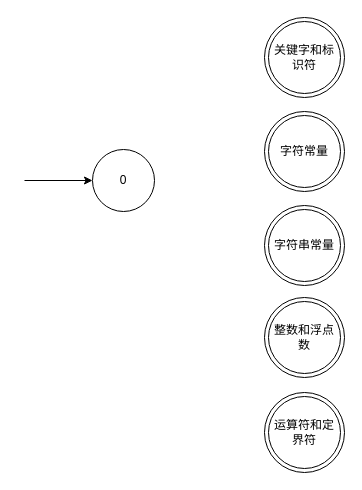
Before: 词法分析自动机总体.drawio in ZYNsama666/BackUp, a draw.io diagram. Source tidied: cells renumbered, new cells numbered last; positions are measured from the earlier drawing's top-left corner, leaving out a move shared by most shapes. Both pictures are drawn from the tidied source at 100%, with x=0, y=0 at pixel (24, 17).
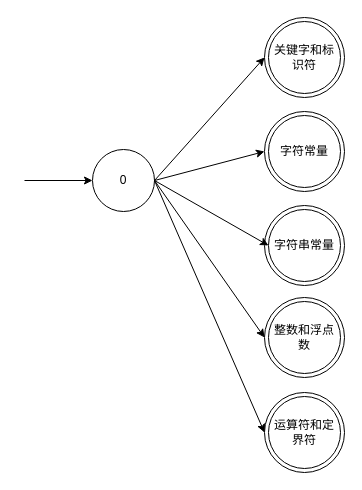
After the change.

Commit message (it also covers changes not shown here):
更新词法分析自动机总体.drawio

Change to the diagram source:
```diff
@@
 <mxGraphModel>
   <root>
     <mxCell id="0" />
     <mxCell id="1" parent="0" />
     <mxCell id="2" style="ellipse;whiteSpace=wrap;html=1;" parent="1" vertex="1">
       <mxGeometry x="240" y="188" width="80" height="80" as="geometry" />
     </mxCell>
     <mxCell id="3" style="ellipse;whiteSpace=wrap;html=1;" parent="1" vertex="1">
       <mxGeometry x="240" y="94" width="80" height="80" as="geometry" />
     </mxCell>
     <mxCell id="4" style="ellipse;whiteSpace=wrap;html=1;" parent="1" vertex="1">
       <mxGeometry x="240" width="80" height="80" as="geometry" />
     </mxCell>
     <mxCell id="5" value="0" style="ellipse;whiteSpace=wrap;html=1;" parent="1" vertex="1">
       <mxGeometry x="68" y="132" width="62" height="62" as="geometry" />
     </mxCell>
     <mxCell id="6" style="endArrow=classic;html=1;rounded=0;" parent="1" edge="1">
       <mxGeometry relative="1" as="geometry">
         <mxPoint y="163" as="sourcePoint" />
         <mxPoint x="68" y="163" as="targetPoint" />
       </mxGeometry>
     </mxCell>
     <mxCell id="7" value="关键字和标识符" style="ellipse;whiteSpace=wrap;html=1;" parent="1" vertex="1">
       <mxGeometry x="244" y="4" width="72" height="72" as="geometry" />
     </mxCell>
     <mxCell id="8" value="字符常量" style="ellipse;whiteSpace=wrap;html=1;" parent="1" vertex="1">
       <mxGeometry x="244" y="98" width="72" height="72" as="geometry" />
     </mxCell>
     <mxCell id="9" value="字符串常量" style="ellipse;whiteSpace=wrap;html=1;" parent="1" vertex="1">
       <mxGeometry x="244" y="192" width="72" height="72" as="geometry" />
     </mxCell>
     <mxCell id="10" style="ellipse;whiteSpace=wrap;html=1;" parent="1" vertex="1">
       <mxGeometry x="240" y="280" width="80" height="80" as="geometry" />
     </mxCell>
     <mxCell id="11" value="整数和浮点数" style="ellipse;whiteSpace=wrap;html=1;" parent="1" vertex="1">
       <mxGeometry x="244" y="284" width="72" height="72" as="geometry" />
     </mxCell>
     <mxCell id="12" style="ellipse;whiteSpace=wrap;html=1;" parent="1" vertex="1">
       <mxGeometry x="240" y="375" width="80" height="80" as="geometry" />
     </mxCell>
     <mxCell id="13" value="运算符和定界符" style="ellipse;whiteSpace=wrap;html=1;" parent="1" vertex="1">
       <mxGeometry x="244" y="379" width="72" height="72" as="geometry" />
     </mxCell>
+    <mxCell id="14" style="endArrow=classic;html=1;rounded=0;exitX=1;exitY=0.5;exitDx=0;exitDy=0;entryX=0;entryY=0.5;entryDx=0;entryDy=0;" parent="1" edge="1" source="5" target="4">
+      <mxGeometry relative="1" as="geometry" />
+    </mxCell>
+    <mxCell id="15" style="endArrow=classic;html=1;rounded=0;exitX=1;exitY=0.5;exitDx=0;exitDy=0;entryX=0;entryY=0.5;entryDx=0;entryDy=0;" parent="1" edge="1" source="5" target="3">
+      <mxGeometry relative="1" as="geometry" />
+    </mxCell>
+    <mxCell id="16" style="endArrow=classic;html=1;rounded=0;exitX=1;exitY=0.5;exitDx=0;exitDy=0;entryX=0;entryY=0.5;entryDx=0;entryDy=0;" parent="1" edge="1" source="5" target="12">
+      <mxGeometry relative="1" as="geometry" />
+    </mxCell>
+    <mxCell id="17" style="endArrow=classic;html=1;rounded=0;exitX=1;exitY=0.5;exitDx=0;exitDy=0;entryX=0;entryY=0.5;entryDx=0;entryDy=0;" parent="1" edge="1" source="5" target="9">
+      <mxGeometry relative="1" as="geometry" />
+    </mxCell>
+    <mxCell id="18" style="endArrow=classic;html=1;rounded=0;exitX=1;exitY=0.5;exitDx=0;exitDy=0;entryX=0;entryY=0.5;entryDx=0;entryDy=0;" parent="1" edge="1" source="5" target="10">
+      <mxGeometry relative="1" as="geometry" />
+    </mxCell>
   </root>
 </mxGraphModel>
```
